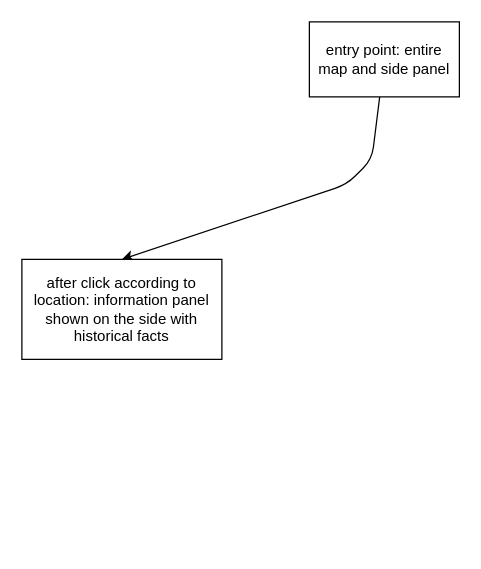
The draw.io diagram ux-design/wireframe.drawio in sachiniyer/resow, before the edit. Source tidied: cells renumbered, new cells numbered last; positions are measured from the earlier drawing's top-left corner, leaving out a move shared by most shapes. Both pictures are drawn from the tidied source at 125%, with x=0, y=0 at pixel (21, 21).
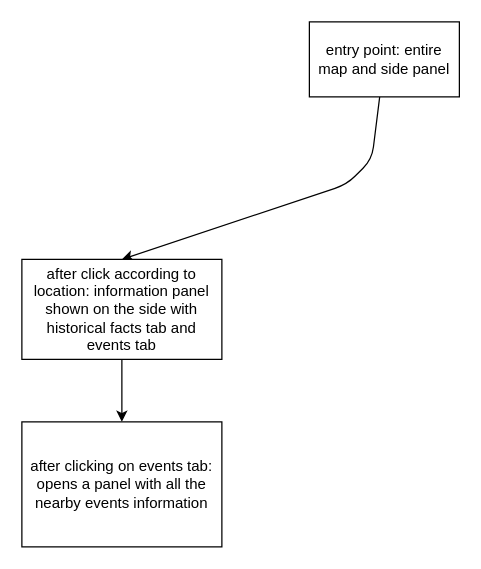
The same diagram, later.

Commit message:
Added the events panel details/page

Change to the diagram source:
```diff
@@
 <mxGraphModel>
   <root>
     <mxCell id="0" />
     <mxCell id="1" parent="0" />
     <mxCell id="2" style="edgeStyle=none;html=1;entryX=0.5;entryY=0;entryDx=0;entryDy=0;" parent="1" edge="1" source="3" target="4">
       <mxGeometry relative="1" as="geometry">
         <Array as="points">
           <mxPoint x="280" y="110" />
           <mxPoint x="260" y="130" />
         </Array>
       </mxGeometry>
     </mxCell>
     <mxCell id="3" value="&lt;div&gt;entry point: entire map and side panel&lt;/div&gt;" style="whiteSpace=wrap;html=1;" parent="1" vertex="1">
       <mxGeometry x="230" width="120" height="60" as="geometry" />
     </mxCell>
+    <mxCell id="5" style="edgeStyle=orthogonalEdgeStyle;rounded=0;jettySize=auto;html=1;" parent="1" edge="1" source="4" target="6">
+      <mxGeometry relative="1" as="geometry" />
+    </mxCell>
-    <mxCell id="4" value="after click according to location: information panel shown on the side with historical facts" style="whiteSpace=wrap;html=1;" parent="1" vertex="1">
+    <mxCell id="4" value="after click according to location: information panel shown on the side with historical facts tab and events tab" style="whiteSpace=wrap;html=1;" parent="1" vertex="1">
       <mxGeometry y="190" width="160" height="80" as="geometry" />
     </mxCell>
+    <mxCell id="6" value="after clicking on events tab: opens a panel with all the nearby events information" style="rounded=0;whiteSpace=wrap;html=1;" parent="1" vertex="1">
+      <mxGeometry y="320" width="160" height="100" as="geometry" />
+    </mxCell>
   </root>
 </mxGraphModel>
```
